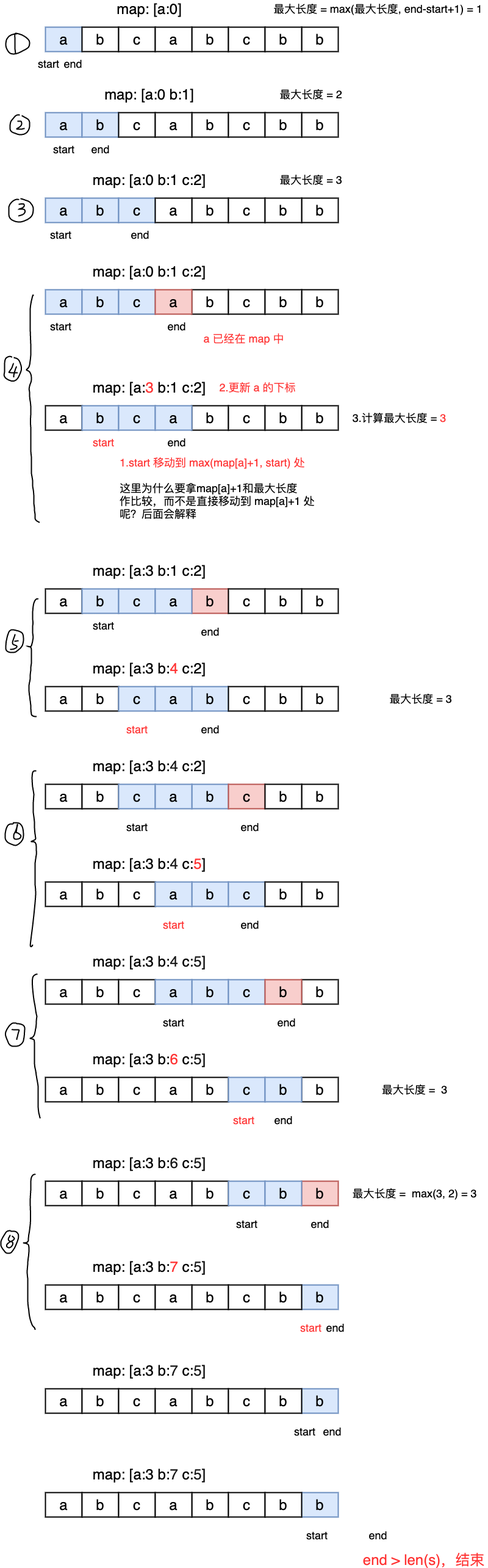
Before: 剑指Offer48_最长不含重复字符的子字符串.png, a diagram exported from draw.io (autsu/diagrams). Source tidied: cells renumbered, new cells last; positions are measured from the earlier drawing's top-left corner, leaving out a move shared by most shapes.
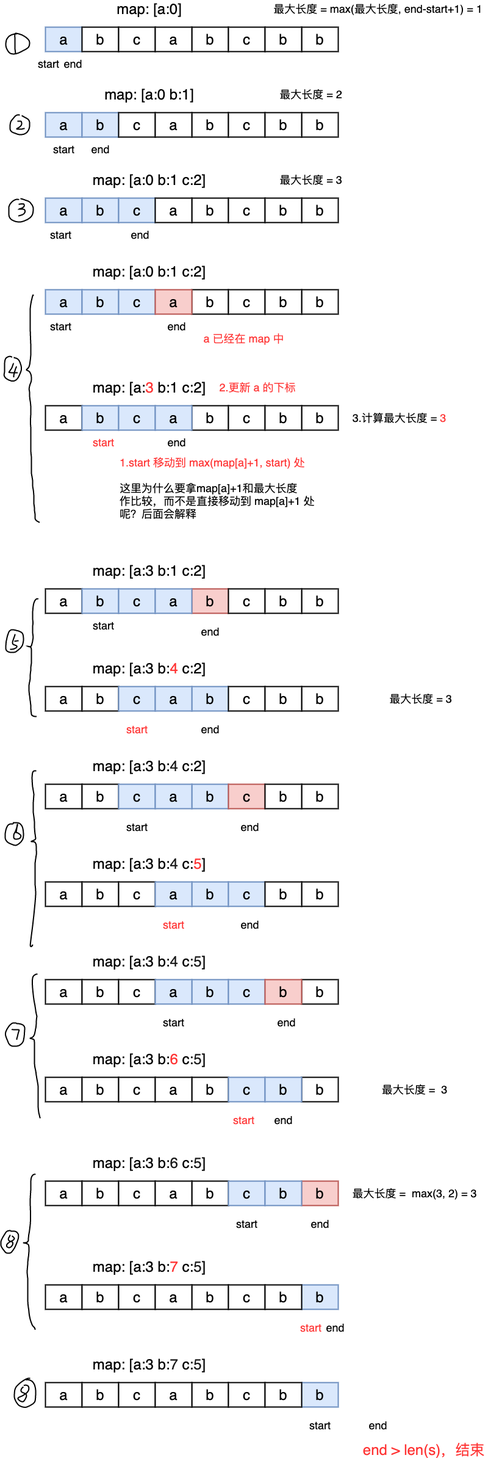
After the change.

Commit message:
更新剑指Offer48_最长不含重复字符的子字符串.png

The edit, as a diff of the source:
```diff
@@ -461,74 +461,41 @@
     <mxCell id="154" value="&lt;font style=&quot;font-size: 24px&quot;&gt;map: [a:3 b:&lt;font color=&quot;#ff3333&quot;&gt;7&lt;/font&gt; c:&lt;font color=&quot;#1a1a1a&quot;&gt;5&lt;/font&gt;]&lt;/font&gt;" style="text;html=1;align=center;verticalAlign=middle;fillColor=none;strokeColor=none;rounded=0;" parent="1" vertex="1">
       <mxGeometry x="143" y="2060" width="200" height="20" as="geometry" />
     </mxCell>
-    <mxCell id="155" value="&lt;font style=&quot;font-size: 24px&quot;&gt;a&lt;/font&gt;" style="rounded=0;whiteSpace=wrap;html=1;strokeWidth=2;" parent="1" vertex="1">
-      <mxGeometry x="73" y="2270" width="60" height="40" as="geometry" />
-    </mxCell>
-    <mxCell id="156" value="&lt;span style=&quot;font-size: 24px&quot;&gt;b&lt;/span&gt;" style="rounded=0;whiteSpace=wrap;html=1;strokeWidth=2;" parent="1" vertex="1">
-      <mxGeometry x="133" y="2270" width="60" height="40" as="geometry" />
-    </mxCell>
-    <mxCell id="157" value="&lt;font style=&quot;font-size: 24px&quot;&gt;c&lt;/font&gt;" style="rounded=0;whiteSpace=wrap;html=1;strokeWidth=2;" parent="1" vertex="1">
-      <mxGeometry x="193" y="2270" width="60" height="40" as="geometry" />
-    </mxCell>
-    <mxCell id="158" value="&lt;font style=&quot;font-size: 24px&quot;&gt;b&lt;/font&gt;" style="rounded=0;whiteSpace=wrap;html=1;strokeWidth=2;" parent="1" vertex="1">
-      <mxGeometry x="313" y="2270" width="60" height="40" as="geometry" />
-    </mxCell>
-    <mxCell id="159" value="&lt;font style=&quot;font-size: 24px&quot;&gt;b&lt;/font&gt;" style="rounded=0;whiteSpace=wrap;html=1;strokeWidth=2;fillColor=#dae8fc;strokeColor=#6c8ebf;" parent="1" vertex="1">
-      <mxGeometry x="493" y="2270" width="60" height="40" as="geometry" />
-    </mxCell>
-    <mxCell id="160" value="&lt;font style=&quot;font-size: 24px&quot;&gt;c&lt;/font&gt;" style="rounded=0;whiteSpace=wrap;html=1;strokeWidth=2;" parent="1" vertex="1">
-      <mxGeometry x="373" y="2270" width="60" height="40" as="geometry" />
-    </mxCell>
-    <mxCell id="161" value="&lt;font style=&quot;font-size: 24px&quot;&gt;b&lt;/font&gt;" style="rounded=0;whiteSpace=wrap;html=1;strokeWidth=2;" parent="1" vertex="1">
-      <mxGeometry x="433" y="2270" width="60" height="40" as="geometry" />
-    </mxCell>
-    <mxCell id="162" value="&lt;font style=&quot;font-size: 24px&quot;&gt;a&lt;/font&gt;" style="rounded=0;whiteSpace=wrap;html=1;strokeWidth=2;" parent="1" vertex="1">
-      <mxGeometry x="253" y="2270" width="60" height="40" as="geometry" />
-    </mxCell>
-    <mxCell id="163" value="&lt;font style=&quot;font-size: 18px&quot;&gt;start&lt;/font&gt;" style="text;html=1;align=center;verticalAlign=middle;fillColor=none;strokeColor=none;rounded=0;" parent="1" vertex="1">
-      <mxGeometry x="473" y="2330" width="50" height="20" as="geometry" />
-    </mxCell>
-    <mxCell id="164" value="&lt;font style=&quot;font-size: 18px&quot;&gt;end&lt;/font&gt;" style="text;html=1;align=center;verticalAlign=middle;fillColor=none;strokeColor=none;rounded=0;" parent="1" vertex="1">
-      <mxGeometry x="518" y="2330" width="50" height="20" as="geometry" />
-    </mxCell>
-    <mxCell id="165" value="&lt;font style=&quot;font-size: 24px&quot;&gt;map: [a:3 b:&lt;font color=&quot;#1a1a1a&quot;&gt;7&lt;/font&gt; c:&lt;font color=&quot;#1a1a1a&quot;&gt;5&lt;/font&gt;]&lt;/font&gt;" style="text;html=1;align=center;verticalAlign=middle;fillColor=none;strokeColor=none;rounded=0;" parent="1" vertex="1">
-      <mxGeometry x="143" y="2230" width="200" height="20" as="geometry" />
-    </mxCell>
     <mxCell id="166" value="&lt;font style=&quot;font-size: 24px&quot;&gt;a&lt;/font&gt;" style="rounded=0;whiteSpace=wrap;html=1;strokeWidth=2;" parent="1" vertex="1">
-      <mxGeometry x="73" y="2440" width="60" height="40" as="geometry" />
+      <mxGeometry x="73" y="2260" width="60" height="40" as="geometry" />
     </mxCell>
     <mxCell id="167" value="&lt;span style=&quot;font-size: 24px&quot;&gt;b&lt;/span&gt;" style="rounded=0;whiteSpace=wrap;html=1;strokeWidth=2;" parent="1" vertex="1">
-      <mxGeometry x="133" y="2440" width="60" height="40" as="geometry" />
+      <mxGeometry x="133" y="2260" width="60" height="40" as="geometry" />
     </mxCell>
     <mxCell id="168" value="&lt;font style=&quot;font-size: 24px&quot;&gt;c&lt;/font&gt;" style="rounded=0;whiteSpace=wrap;html=1;strokeWidth=2;" parent="1" vertex="1">
-      <mxGeometry x="193" y="2440" width="60" height="40" as="geometry" />
+      <mxGeometry x="193" y="2260" width="60" height="40" as="geometry" />
     </mxCell>
     <mxCell id="169" value="&lt;font style=&quot;font-size: 24px&quot;&gt;b&lt;/font&gt;" style="rounded=0;whiteSpace=wrap;html=1;strokeWidth=2;" parent="1" vertex="1">
-      <mxGeometry x="313" y="2440" width="60" height="40" as="geometry" />
+      <mxGeometry x="313" y="2260" width="60" height="40" as="geometry" />
     </mxCell>
     <mxCell id="170" value="&lt;font style=&quot;font-size: 24px&quot;&gt;b&lt;/font&gt;" style="rounded=0;whiteSpace=wrap;html=1;strokeWidth=2;fillColor=#dae8fc;strokeColor=#6c8ebf;" parent="1" vertex="1">
-      <mxGeometry x="493" y="2440" width="60" height="40" as="geometry" />
+      <mxGeometry x="493" y="2260" width="60" height="40" as="geometry" />
     </mxCell>
     <mxCell id="171" value="&lt;font style=&quot;font-size: 24px&quot;&gt;c&lt;/font&gt;" style="rounded=0;whiteSpace=wrap;html=1;strokeWidth=2;" parent="1" vertex="1">
-      <mxGeometry x="373" y="2440" width="60" height="40" as="geometry" />
+      <mxGeometry x="373" y="2260" width="60" height="40" as="geometry" />
     </mxCell>
     <mxCell id="172" value="&lt;font style=&quot;font-size: 24px&quot;&gt;b&lt;/font&gt;" style="rounded=0;whiteSpace=wrap;html=1;strokeWidth=2;" parent="1" vertex="1">
-      <mxGeometry x="433" y="2440" width="60" height="40" as="geometry" />
+      <mxGeometry x="433" y="2260" width="60" height="40" as="geometry" />
     </mxCell>
     <mxCell id="173" value="&lt;font style=&quot;font-size: 24px&quot;&gt;a&lt;/font&gt;" style="rounded=0;whiteSpace=wrap;html=1;strokeWidth=2;" parent="1" vertex="1">
-      <mxGeometry x="253" y="2440" width="60" height="40" as="geometry" />
+      <mxGeometry x="253" y="2260" width="60" height="40" as="geometry" />
     </mxCell>
     <mxCell id="174" value="&lt;font style=&quot;font-size: 18px&quot;&gt;start&lt;/font&gt;" style="text;html=1;align=center;verticalAlign=middle;fillColor=none;strokeColor=none;rounded=0;" parent="1" vertex="1">
-      <mxGeometry x="493" y="2500" width="50" height="20" as="geometry" />
+      <mxGeometry x="498" y="2320" width="50" height="20" as="geometry" />
     </mxCell>
     <mxCell id="175" value="&lt;font style=&quot;font-size: 18px&quot;&gt;end&lt;/font&gt;" style="text;html=1;align=center;verticalAlign=middle;fillColor=none;strokeColor=none;rounded=0;" parent="1" vertex="1">
-      <mxGeometry x="593" y="2500" width="50" height="20" as="geometry" />
+      <mxGeometry x="593" y="2320" width="50" height="20" as="geometry" />
     </mxCell>
     <mxCell id="176" value="&lt;font style=&quot;font-size: 24px&quot;&gt;map: [a:3 b:&lt;font color=&quot;#1a1a1a&quot;&gt;7&lt;/font&gt; c:&lt;font color=&quot;#1a1a1a&quot;&gt;5&lt;/font&gt;]&lt;/font&gt;" style="text;html=1;align=center;verticalAlign=middle;fillColor=none;strokeColor=none;rounded=0;" parent="1" vertex="1">
-      <mxGeometry x="143" y="2400" width="200" height="20" as="geometry" />
+      <mxGeometry x="143" y="2220" width="200" height="20" as="geometry" />
     </mxCell>
     <mxCell id="177" value="&lt;font style=&quot;font-size: 24px&quot; color=&quot;#ff3333&quot;&gt;end &amp;gt; len(s)，结束&lt;/font&gt;" style="text;html=1;align=center;verticalAlign=middle;fillColor=none;strokeColor=none;rounded=0;" parent="1" vertex="1">
-      <mxGeometry x="588" y="2540" width="210" height="20" as="geometry" />
+      <mxGeometry x="588" y="2360" width="210" height="20" as="geometry" />
     </mxCell>
     <mxCell id="178" style="shape=(stored shape, 1488 characters);fillColor=none;strokeWidth=2;" parent="1" vertex="1">
       <mxGeometry x="8" y="50" width="39" height="34.5" as="geometry" />
@@ -551,5 +518,8 @@
     <mxCell id="184" style="shape=(stored shape, 3596 characters);fillColor=none;strokeWidth=2;" parent="1" vertex="1">
       <mxGeometry x="-0.1" y="1918" width="56.1" height="255.5" as="geometry" />
     </mxCell>
+    <mxCell id="185" style="shape=(stored shape, 1756 characters);fillColor=none;strokeWidth=2;" parent="1" vertex="1">
+      <mxGeometry x="22" y="2253" width="35" height="47.4" as="geometry" />
+    </mxCell>
   </root>
 </mxGraphModel>
```
